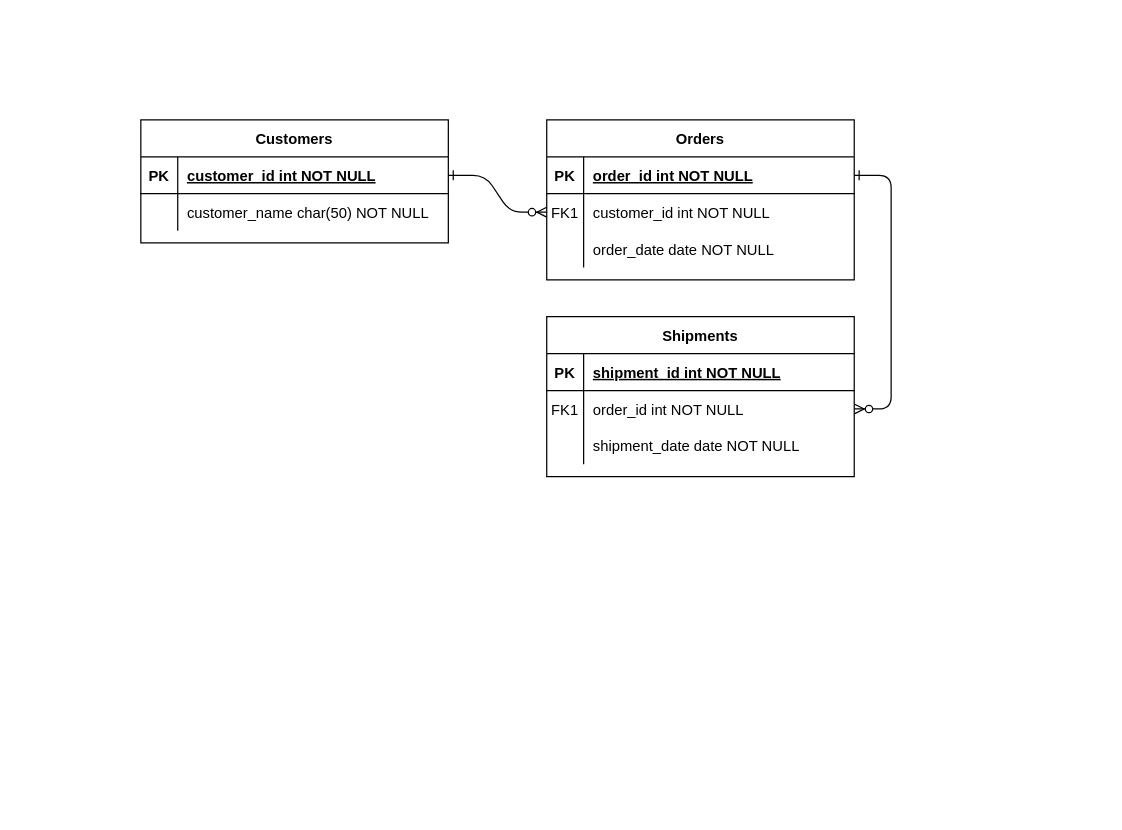
Above: Bai1_BTER.drawio in Kkrommm24/BTER (draw.io), before the change. Source tidied: cells renumbered, new cells numbered last; positions are measured from the earlier drawing's top-left corner, leaving out a move shared by most shapes. Both pictures are drawn from the tidied source at 123%, with x=0, y=0 at pixel (140, 119).
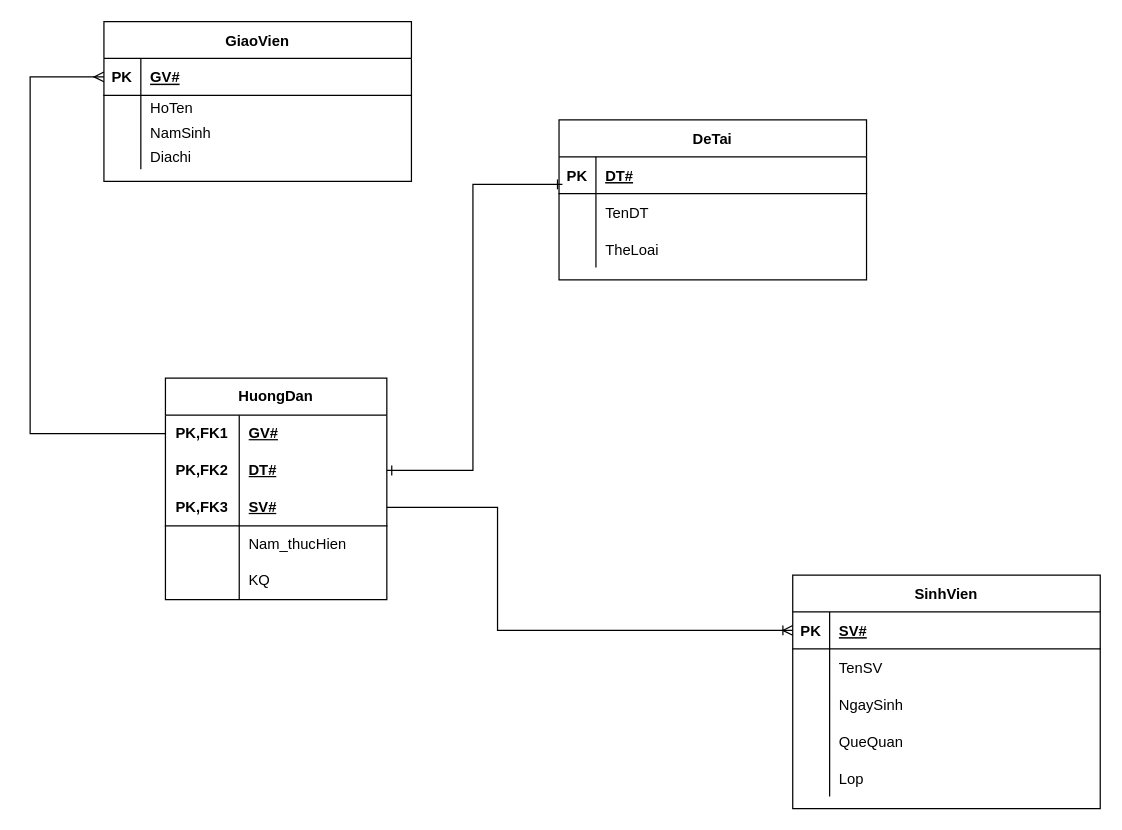
The same diagram, later.

Unchanged cells that the change refers to:
```xml
<mxCell id="5" style="shape=partialRectangle;fillColor=none;points=[[0,0.5],[1,0.5]];portConstraint=eastwest;top=0;left=0;right=0;bottom=1;" parent="4" vertex="1">
  <mxGeometry y="30" width="250" height="30" as="geometry" />
</mxCell>
<mxCell id="8" style="shape=partialRectangle;fillColor=none;points=[[0,0.5],[1,0.5]];portConstraint=eastwest;top=0;left=0;right=0;bottom=0;" parent="4" vertex="1">
  <mxGeometry y="60" width="250" height="30" as="geometry" />
</mxCell>
<mxCell id="11" style="shape=partialRectangle;fillColor=none;top=0;left=0;right=0;bottom=0;" parent="4" vertex="1">
  <mxGeometry y="90" width="250" height="30" as="geometry" />
</mxCell>
<mxCell id="15" style="shape=partialRectangle;fillColor=none;points=[[0,0.5],[1,0.5]];portConstraint=eastwest;top=0;left=0;right=0;bottom=1;" parent="14" vertex="1">
  <mxGeometry y="30" width="250" height="30" as="geometry" />
</mxCell>
<mxCell id="18" style="shape=partialRectangle;fillColor=none;points=[[0,0.5],[1,0.5]];portConstraint=eastwest;top=0;left=0;right=0;bottom=0;" parent="14" vertex="1">
  <mxGeometry y="60" width="250" height="30" as="geometry" />
</mxCell>
<mxCell id="21" style="shape=partialRectangle;fillColor=none;top=0;left=0;right=0;bottom=0;" parent="14" vertex="1">
  <mxGeometry y="90" width="250" height="30" as="geometry" />
</mxCell>
<mxCell id="25" style="shape=partialRectangle;fillColor=none;points=[[0,0.5],[1,0.5]];portConstraint=eastwest;top=0;left=0;right=0;bottom=1;" parent="24" vertex="1">
  <mxGeometry y="30" width="250" height="30" as="geometry" />
</mxCell>
```

What changed in the source:
```diff
@@
-    <mxCell id="2" style="edgeStyle=entityRelationEdgeStyle;endArrow=ERzeroToMany;startArrow=ERone;endFill=1;startFill=0;" parent="1" edge="1" source="25" target="8">
-      <mxGeometry relative="1" as="geometry" />
-    </mxCell>
-    <mxCell id="3" style="edgeStyle=entityRelationEdgeStyle;endArrow=ERzeroToMany;startArrow=ERone;endFill=1;startFill=0;" parent="1" edge="1" source="5" target="18">
-      <mxGeometry relative="1" as="geometry" />
-    </mxCell>
-    <mxCell id="4" value="Orders" style="shape=table;startSize=30;childLayout=tableLayout;rowLines=0;fontStyle=1;align=center;" parent="1" vertex="1">
-      <mxGeometry x="330" width="250" height="130" as="geometry" />
+    <mxCell id="4" value="DeTai" style="shape=table;startSize=30;childLayout=tableLayout;rowLines=0;fontStyle=1;align=center;" parent="1" vertex="1">
+      <mxGeometry x="340" width="250" height="130" as="geometry" />
     </mxCell>
@@
-    <mxCell id="7" value="order_id int NOT NULL " style="shape=partialRectangle;overflow=hidden;fillColor=none;top=0;left=0;bottom=0;right=0;align=left;spacingLeft=6;fontStyle=5;" parent="5" vertex="1">
+    <mxCell id="7" value="DT# " style="shape=partialRectangle;overflow=hidden;fillColor=none;top=0;left=0;bottom=0;right=0;align=left;spacingLeft=6;fontStyle=5;" parent="5" vertex="1">
       <mxGeometry x="30" width="220" height="30" as="geometry" />
     </mxCell>
@@
-    <mxCell id="9" value="FK1" style="shape=partialRectangle;overflow=hidden;fillColor=none;top=0;left=0;bottom=0;right=0;" parent="8" vertex="1">
+    <mxCell id="9" style="shape=partialRectangle;overflow=hidden;fillColor=none;top=0;left=0;bottom=0;right=0;" parent="8" vertex="1">
       <mxGeometry width="30" height="30" as="geometry" />
     </mxCell>
-    <mxCell id="10" value="customer_id int NOT NULL" style="shape=partialRectangle;overflow=hidden;fillColor=none;top=0;left=0;bottom=0;right=0;align=left;spacingLeft=6;" parent="8" vertex="1">
+    <mxCell id="10" value="TenDT" style="shape=partialRectangle;overflow=hidden;fillColor=none;top=0;left=0;bottom=0;right=0;align=left;spacingLeft=6;" parent="8" vertex="1">
       <mxGeometry x="30" width="220" height="30" as="geometry" />
     </mxCell>
@@
-    <mxCell id="13" value="order_date date NOT NULL" style="shape=partialRectangle;overflow=hidden;fillColor=none;top=0;left=0;bottom=0;right=0;align=left;spacingLeft=6;" parent="11" vertex="1">
+    <mxCell id="13" value="TheLoai" style="shape=partialRectangle;overflow=hidden;fillColor=none;top=0;left=0;bottom=0;right=0;align=left;spacingLeft=6;" parent="11" vertex="1">
       <mxGeometry x="30" width="220" height="30" as="geometry" />
     </mxCell>
-    <mxCell id="14" value="Shipments" style="shape=table;startSize=30;childLayout=tableLayout;rowLines=0;fontStyle=1;align=center;" parent="1" vertex="1">
-      <mxGeometry x="330" y="160" width="250" height="130" as="geometry" />
+    <mxCell id="14" value="SinhVien" style="shape=table;startSize=30;childLayout=tableLayout;rowLines=0;fontStyle=1;align=center;" parent="1" vertex="1">
+      <mxGeometry x="530" y="370" width="250" height="190" as="geometry" />
     </mxCell>
@@
-    <mxCell id="17" value="shipment_id int NOT NULL " style="shape=partialRectangle;overflow=hidden;fillColor=none;top=0;left=0;bottom=0;right=0;align=left;spacingLeft=6;fontStyle=5;" parent="15" vertex="1">
+    <mxCell id="17" value="SV#" style="shape=partialRectangle;overflow=hidden;fillColor=none;top=0;left=0;bottom=0;right=0;align=left;spacingLeft=6;fontStyle=5;" parent="15" vertex="1">
       <mxGeometry x="30" width="220" height="30" as="geometry" />
     </mxCell>
@@
-    <mxCell id="19" value="FK1" style="shape=partialRectangle;overflow=hidden;fillColor=none;top=0;left=0;bottom=0;right=0;" parent="18" vertex="1">
+    <mxCell id="19" style="shape=partialRectangle;overflow=hidden;fillColor=none;top=0;left=0;bottom=0;right=0;" parent="18" vertex="1">
       <mxGeometry width="30" height="30" as="geometry" />
     </mxCell>
-    <mxCell id="20" value="order_id int NOT NULL" style="shape=partialRectangle;overflow=hidden;fillColor=none;top=0;left=0;bottom=0;right=0;align=left;spacingLeft=6;" parent="18" vertex="1">
+    <mxCell id="20" value="TenSV" style="shape=partialRectangle;overflow=hidden;fillColor=none;top=0;left=0;bottom=0;right=0;align=left;spacingLeft=6;" parent="18" vertex="1">
       <mxGeometry x="30" width="220" height="30" as="geometry" />
     </mxCell>
@@
-    <mxCell id="23" value="shipment_date date NOT NULL" style="shape=partialRectangle;overflow=hidden;fillColor=none;top=0;left=0;bottom=0;right=0;align=left;spacingLeft=6;" parent="21" vertex="1">
+    <mxCell id="23" value="NgaySinh" style="shape=partialRectangle;overflow=hidden;fillColor=none;top=0;left=0;bottom=0;right=0;align=left;spacingLeft=6;" parent="21" vertex="1">
       <mxGeometry x="30" width="220" height="30" as="geometry" />
     </mxCell>
+    <mxCell id="31" style="shape=partialRectangle;fillColor=none;top=0;left=0;right=0;bottom=0;" parent="14" vertex="1">
+      <mxGeometry y="120" width="250" height="30" as="geometry" />
+    </mxCell>
+    <mxCell id="32" style="shape=partialRectangle;overflow=hidden;fillColor=none;top=0;left=0;bottom=0;right=0;" parent="31" vertex="1">
+      <mxGeometry width="30" height="30" as="geometry" />
+    </mxCell>
+    <mxCell id="33" value="QueQuan    " style="shape=partialRectangle;overflow=hidden;fillColor=none;top=0;left=0;bottom=0;right=0;align=left;spacingLeft=6;" parent="31" vertex="1">
+      <mxGeometry x="30" width="220" height="30" as="geometry" />
+    </mxCell>
+    <mxCell id="34" style="shape=partialRectangle;fillColor=none;top=0;left=0;right=0;bottom=0;" parent="14" vertex="1">
+      <mxGeometry y="150" width="250" height="30" as="geometry" />
+    </mxCell>
+    <mxCell id="35" style="shape=partialRectangle;overflow=hidden;fillColor=none;top=0;left=0;bottom=0;right=0;" parent="34" vertex="1">
+      <mxGeometry width="30" height="30" as="geometry" />
+    </mxCell>
+    <mxCell id="36" value="Lop" style="shape=partialRectangle;overflow=hidden;fillColor=none;top=0;left=0;bottom=0;right=0;align=left;spacingLeft=6;" parent="34" vertex="1">
+      <mxGeometry x="30" width="220" height="30" as="geometry" />
+    </mxCell>
-    <mxCell id="24" value="Customers" style="shape=table;startSize=30;childLayout=tableLayout;rowLines=0;fontStyle=1;align=center;" parent="1" vertex="1">
-      <mxGeometry width="250" height="100" as="geometry" />
+    <mxCell id="24" value=" GiaoVien" style="shape=table;startSize=30;childLayout=tableLayout;rowLines=0;fontStyle=1;align=center;" parent="1" vertex="1">
+      <mxGeometry x="-30" y="-80" width="250" height="130" as="geometry" />
     </mxCell>
@@
-    <mxCell id="27" value="customer_id int NOT NULL " style="shape=partialRectangle;overflow=hidden;fillColor=none;top=0;left=0;bottom=0;right=0;align=left;spacingLeft=6;fontStyle=5;" parent="25" vertex="1">
+    <mxCell id="27" value="GV# " style="shape=partialRectangle;overflow=hidden;fillColor=none;top=0;left=0;bottom=0;right=0;align=left;spacingLeft=6;fontStyle=5;" parent="25" vertex="1">
       <mxGeometry x="30" width="220" height="30" as="geometry" />
     </mxCell>
     <mxCell id="28" style="shape=partialRectangle;fillColor=none;top=0;left=0;right=0;bottom=0;" parent="24" vertex="1">
-      <mxGeometry y="60" width="250" height="30" as="geometry" />
+      <mxGeometry y="60" width="250" height="20" as="geometry" />
     </mxCell>
     <mxCell id="29" style="shape=partialRectangle;overflow=hidden;fillColor=none;top=0;left=0;bottom=0;right=0;" parent="28" vertex="1">
-      <mxGeometry width="30" height="30" as="geometry" />
+      <mxGeometry width="30" height="20" as="geometry" />
     </mxCell>
-    <mxCell id="30" value="customer_name char(50) NOT NULL" style="shape=partialRectangle;overflow=hidden;fillColor=none;top=0;left=0;bottom=0;right=0;align=left;spacingLeft=6;" parent="28" vertex="1">
-      <mxGeometry x="30" width="220" height="30" as="geometry" />
+    <mxCell id="30" value="HoTen" style="shape=partialRectangle;overflow=hidden;fillColor=none;top=0;left=0;bottom=0;right=0;align=left;spacingLeft=6;" parent="28" vertex="1">
+      <mxGeometry x="30" width="220" height="20" as="geometry" />
     </mxCell>
+    <mxCell id="37" style="shape=partialRectangle;fillColor=none;top=0;left=0;right=0;bottom=0;" parent="24" vertex="1">
+      <mxGeometry y="80" width="250" height="20" as="geometry" />
+    </mxCell>
+    <mxCell id="38" style="shape=partialRectangle;overflow=hidden;fillColor=none;top=0;left=0;bottom=0;right=0;" parent="37" vertex="1">
+      <mxGeometry width="30" height="20" as="geometry" />
+    </mxCell>
+    <mxCell id="39" value="NamSinh" style="shape=partialRectangle;overflow=hidden;fillColor=none;top=0;left=0;bottom=0;right=0;align=left;spacingLeft=6;" parent="37" vertex="1">
+      <mxGeometry x="30" width="220" height="20" as="geometry" />
+    </mxCell>
+    <mxCell id="40" style="shape=partialRectangle;fillColor=none;top=0;left=0;right=0;bottom=0;" parent="24" vertex="1">
+      <mxGeometry y="100" width="250" height="20" as="geometry" />
+    </mxCell>
+    <mxCell id="41" style="shape=partialRectangle;overflow=hidden;fillColor=none;top=0;left=0;bottom=0;right=0;" parent="40" vertex="1">
+      <mxGeometry width="30" height="20" as="geometry" />
+    </mxCell>
+    <mxCell id="42" value="Diachi" style="shape=partialRectangle;overflow=hidden;fillColor=none;top=0;left=0;bottom=0;right=0;align=left;spacingLeft=6;" parent="40" vertex="1">
+      <mxGeometry x="30" width="220" height="20" as="geometry" />
+    </mxCell>
+    <mxCell id="43" value="HuongDan" style="shape=table;startSize=30;childLayout=tableLayout;rowLines=0;fontStyle=1;align=center;html=1;whiteSpace=wrap;" parent="1" vertex="1">
+      <mxGeometry x="20" y="210" width="180" height="180" as="geometry" />
+    </mxCell>
+    <mxCell id="44" style="shape=tableRow;horizontal=0;startSize=0;swimlaneHead=0;swimlaneBody=0;fillColor=none;points=[[0,0.5],[1,0.5]];portConstraint=eastwest;top=0;left=0;right=0;bottom=0;html=1;" parent="43" vertex="1">
+      <mxGeometry y="30" width="180" height="30" as="geometry" />
+    </mxCell>
+    <mxCell id="45" value="PK,FK1" style="shape=partialRectangle;fillColor=none;top=0;left=0;bottom=0;right=0;fontStyle=1;overflow=hidden;html=1;whiteSpace=wrap;" parent="44" vertex="1">
+      <mxGeometry width="60" height="30" as="geometry" />
+    </mxCell>
+    <mxCell id="46" value="GV#" style="shape=partialRectangle;fillColor=none;top=0;left=0;bottom=0;right=0;align=left;spacingLeft=6;fontStyle=5;overflow=hidden;html=1;whiteSpace=wrap;" parent="44" vertex="1">
+      <mxGeometry x="60" width="120" height="30" as="geometry" />
+    </mxCell>
+    <mxCell id="47" style="shape=tableRow;horizontal=0;startSize=0;swimlaneHead=0;swimlaneBody=0;fillColor=none;points=[[0,0.5],[1,0.5]];portConstraint=eastwest;top=0;left=0;right=0;bottom=0;html=1;" parent="43" vertex="1">
+      <mxGeometry y="60" width="180" height="30" as="geometry" />
+    </mxCell>
+    <mxCell id="48" value="PK,FK2" style="shape=partialRectangle;fillColor=none;top=0;left=0;bottom=0;right=0;fontStyle=1;overflow=hidden;html=1;whiteSpace=wrap;" parent="47" vertex="1">
+      <mxGeometry width="60" height="30" as="geometry" />
+    </mxCell>
+    <mxCell id="49" value="DT#" style="shape=partialRectangle;fillColor=none;top=0;left=0;bottom=0;right=0;align=left;spacingLeft=6;fontStyle=5;overflow=hidden;html=1;whiteSpace=wrap;" parent="47" vertex="1">
+      <mxGeometry x="60" width="120" height="30" as="geometry" />
+    </mxCell>
+    <mxCell id="50" style="shape=tableRow;horizontal=0;startSize=0;swimlaneHead=0;swimlaneBody=0;fillColor=none;points=[[0,0.5],[1,0.5]];portConstraint=eastwest;top=0;left=0;right=0;bottom=1;html=1;" parent="43" vertex="1">
+      <mxGeometry y="90" width="180" height="30" as="geometry" />
+    </mxCell>
+    <mxCell id="51" value="PK,FK3" style="shape=partialRectangle;fillColor=none;top=0;left=0;bottom=0;right=0;fontStyle=1;overflow=hidden;html=1;whiteSpace=wrap;" parent="50" vertex="1">
+      <mxGeometry width="60" height="30" as="geometry" />
+    </mxCell>
+    <mxCell id="52" value="SV#" style="shape=partialRectangle;fillColor=none;top=0;left=0;bottom=0;right=0;align=left;spacingLeft=6;fontStyle=5;overflow=hidden;html=1;whiteSpace=wrap;" parent="50" vertex="1">
+      <mxGeometry x="60" width="120" height="30" as="geometry" />
+    </mxCell>
+    <mxCell id="53" style="shape=tableRow;horizontal=0;startSize=0;swimlaneHead=0;swimlaneBody=0;fillColor=none;top=0;left=0;right=0;bottom=0;html=1;" parent="43" vertex="1">
+      <mxGeometry y="120" width="180" height="30" as="geometry" />
+    </mxCell>
+    <mxCell id="54" style="shape=partialRectangle;fillColor=none;top=0;left=0;bottom=0;right=0;overflow=hidden;html=1;whiteSpace=wrap;" parent="53" vertex="1">
+      <mxGeometry width="60" height="30" as="geometry" />
+    </mxCell>
+    <mxCell id="55" value="Nam_thucHien" style="shape=partialRectangle;fillColor=none;top=0;left=0;bottom=0;right=0;align=left;spacingLeft=6;overflow=hidden;html=1;whiteSpace=wrap;" parent="53" vertex="1">
+      <mxGeometry x="60" width="120" height="30" as="geometry" />
+    </mxCell>
+    <mxCell id="56" style="shape=tableRow;horizontal=0;startSize=0;swimlaneHead=0;swimlaneBody=0;fillColor=none;top=0;left=0;right=0;bottom=0;html=1;" parent="43" vertex="1">
+      <mxGeometry y="150" width="180" height="30" as="geometry" />
+    </mxCell>
+    <mxCell id="57" style="shape=partialRectangle;fillColor=none;top=0;left=0;bottom=0;right=0;overflow=hidden;html=1;whiteSpace=wrap;" parent="56" vertex="1">
+      <mxGeometry width="60" height="30" as="geometry" />
+    </mxCell>
+    <mxCell id="58" value="KQ" style="shape=partialRectangle;fillColor=none;top=0;left=0;bottom=0;right=0;align=left;spacingLeft=6;overflow=hidden;html=1;whiteSpace=wrap;" parent="56" vertex="1">
+      <mxGeometry x="60" width="120" height="30" as="geometry" />
+    </mxCell>
+    <mxCell id="59" style="edgeStyle=orthogonalEdgeStyle;rounded=0;jettySize=auto;html=1;exitX=0;exitY=0.5;exitDx=0;exitDy=0;entryX=0;entryY=0.5;entryDx=0;entryDy=0;endArrow=ERmany;endFill=0;startArrow=none;startFill=0;" parent="1" edge="1" source="44" target="25">
+      <mxGeometry relative="1" as="geometry">
+        <Array as="points">
+          <mxPoint x="-90" y="255" />
+          <mxPoint x="-90" y="-35" />
+        </Array>
+      </mxGeometry>
+    </mxCell>
+    <mxCell id="60" style="edgeStyle=orthogonalEdgeStyle;rounded=0;jettySize=auto;html=1;exitX=1;exitY=0.5;exitDx=0;exitDy=0;entryX=0;entryY=0.5;entryDx=0;entryDy=0;endArrow=ERoneToMany;endFill=0;" parent="1" edge="1" source="50" target="15">
+      <mxGeometry relative="1" as="geometry">
+        <Array as="points">
+          <mxPoint x="290" y="315" />
+          <mxPoint x="290" y="415" />
+        </Array>
+      </mxGeometry>
+    </mxCell>
+    <mxCell id="61" style="edgeStyle=orthogonalEdgeStyle;rounded=0;jettySize=auto;html=1;exitX=1;exitY=0.5;exitDx=0;exitDy=0;entryX=0.011;entryY=0.747;entryDx=0;entryDy=0;entryPerimeter=0;endArrow=ERone;endFill=0;startArrow=ERone;startFill=0;" parent="1" edge="1" source="47" target="5">
+      <mxGeometry relative="1" as="geometry" />
+    </mxCell>
```
